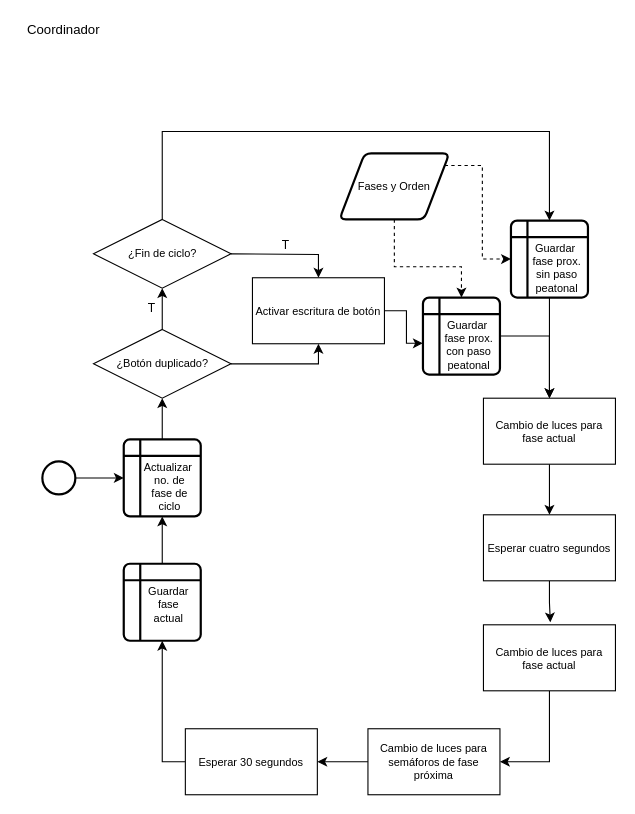
Before: page "Coordinador" (2 of 2) of Design/Resources/Diagrama.drawio in arielarevalo/pi-arquitectura-ensamblador, a draw.io diagram. Source tidied: cells renumbered, new cells numbered last; positions are measured from the earlier drawing's top-left corner, leaving out a move shared by most shapes. Both pictures are drawn from the tidied source at 110%, with x=0, y=0 at pixel (19, 19).
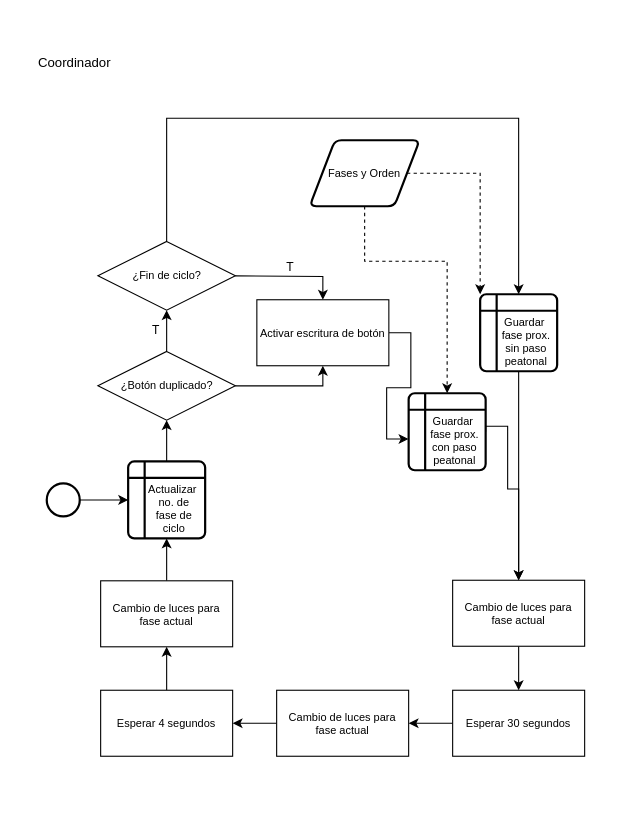
Above is the later version.

Change to the diagram source:
```diff
@@
     <mxCell id="3" style="strokeWidth=2;html=1;shape=mxgraph.flowchart.start_2;whiteSpace=wrap;fontSize=10;" parent="1" vertex="1">
-      <mxGeometry x="21" y="402" width="30" height="30" as="geometry" />
+      <mxGeometry x="25" y="422" width="30" height="30" as="geometry" />
     </mxCell>
-    <mxCell id="4" style="edgeStyle=orthogonalEdgeStyle;rounded=0;jettySize=auto;html=1;entryX=0.507;entryY=-0.037;entryDx=0;entryDy=0;entryPerimeter=0;fontSize=10;" parent="1" edge="1" source="5" target="21">
+    <mxCell id="4" style="edgeStyle=orthogonalEdgeStyle;rounded=0;jettySize=auto;html=1;entryX=1;entryY=0.5;entryDx=0;entryDy=0;fontSize=10;exitX=0;exitY=0.5;exitDx=0;exitDy=0;" parent="1" edge="1" source="5" target="21">
       <mxGeometry relative="1" as="geometry" />
     </mxCell>
-    <mxCell id="5" value="Esperar cuatro segundos" style="rounded=0;whiteSpace=wrap;html=1;fontSize=10;" parent="1" vertex="1">
-      <mxGeometry x="422" y="450.5" width="120" height="60" as="geometry" />
+    <mxCell id="5" value="Esperar 30 segundos" style="rounded=0;whiteSpace=wrap;html=1;fontSize=10;" parent="1" vertex="1">
+      <mxGeometry x="394" y="610" width="120" height="60" as="geometry" />
     </mxCell>
-    <mxCell id="6" style="edgeStyle=orthogonalEdgeStyle;rounded=0;jettySize=auto;html=1;entryX=1;entryY=0.5;entryDx=0;entryDy=0;" parent="1" edge="1" source="7" target="9">
+    <mxCell id="6" style="edgeStyle=orthogonalEdgeStyle;rounded=0;jettySize=auto;html=1;entryX=0.5;entryY=1;entryDx=0;entryDy=0;" parent="1" edge="1" source="7" target="9">
       <mxGeometry relative="1" as="geometry" />
     </mxCell>
-    <mxCell id="7" value="&lt;span&gt;Cambio de luces para semáforos de fase próxima&lt;/span&gt;" style="rounded=0;whiteSpace=wrap;html=1;fontSize=10;" parent="1" vertex="1">
-      <mxGeometry x="317" y="645" width="120" height="60" as="geometry" />
+    <mxCell id="7" value="Esperar 4 segundos" style="rounded=0;whiteSpace=wrap;html=1;fontSize=10;" parent="1" vertex="1">
+      <mxGeometry x="74" y="610" width="120" height="60" as="geometry" />
     </mxCell>
-    <mxCell id="8" style="edgeStyle=orthogonalEdgeStyle;rounded=0;jettySize=auto;html=1;entryX=0.5;entryY=1;entryDx=0;entryDy=0;fontSize=10;exitX=0;exitY=0.5;exitDx=0;exitDy=0;" parent="1" edge="1" source="9" target="19">
+    <mxCell id="8" style="edgeStyle=orthogonalEdgeStyle;rounded=0;jettySize=auto;html=1;entryX=0.5;entryY=1;entryDx=0;entryDy=0;fontSize=10;exitX=0.5;exitY=0;exitDx=0;exitDy=0;" parent="1" edge="1" source="9" target="31">
       <mxGeometry relative="1" as="geometry" />
     </mxCell>
-    <mxCell id="9" value="Esperar 30 segundos" style="rounded=0;whiteSpace=wrap;html=1;fontSize=10;" parent="1" vertex="1">
-      <mxGeometry x="151" y="645" width="120" height="60" as="geometry" />
+    <mxCell id="9" value="Cambio de luces para fase actual" style="rounded=0;whiteSpace=wrap;html=1;fontSize=10;" parent="1" vertex="1">
+      <mxGeometry x="74" y="510.5" width="120" height="60" as="geometry" />
     </mxCell>
@@
     <mxCell id="11" value="Cambio de luces para fase actual" style="rounded=0;whiteSpace=wrap;html=1;fontSize=10;" parent="1" vertex="1">
-      <mxGeometry x="422" y="344.5" width="120" height="60" as="geometry" />
+      <mxGeometry x="394" y="510" width="120" height="60" as="geometry" />
     </mxCell>
     <mxCell id="12" value="T" style="edgeStyle=orthogonalEdgeStyle;rounded=0;jettySize=auto;html=1;entryX=0.5;entryY=1;entryDx=0;entryDy=0;verticalAlign=middle;labelPosition=left;verticalLabelPosition=middle;align=right;spacingRight=5;" parent="1" edge="1" source="14">
       <mxGeometry relative="1" as="geometry">
-        <mxPoint x="130" y="244.5" as="targetPoint" />
+        <mxPoint x="134" y="264.5" as="targetPoint" />
       </mxGeometry>
     </mxCell>
     <mxCell id="13" style="edgeStyle=orthogonalEdgeStyle;rounded=0;jettySize=auto;html=1;entryX=0.5;entryY=1;entryDx=0;entryDy=0;" parent="1" edge="1" source="14" target="27">
       <mxGeometry relative="1" as="geometry">
         <Array as="points">
-          <mxPoint x="272" y="313" />
+          <mxPoint x="276" y="333" />
         </Array>
       </mxGeometry>
     </mxCell>
     <mxCell id="14" value="¿Botón duplicado?" style="rhombus;whiteSpace=wrap;html=1;fontSize=10;rounded=0;" parent="1" vertex="1">
-      <mxGeometry x="67.5" y="282" width="125" height="62.5" as="geometry" />
+      <mxGeometry x="71.5" y="302" width="125" height="62.5" as="geometry" />
     </mxCell>
-    <mxCell id="15" style="edgeStyle=orthogonalEdgeStyle;rounded=0;jettySize=auto;html=1;dashed=1;entryX=0;entryY=0.5;entryDx=0;entryDy=0;" parent="1" edge="1" source="17" target="25">
+    <mxCell id="15" style="edgeStyle=orthogonalEdgeStyle;rounded=0;jettySize=auto;html=1;dashed=1;entryX=0;entryY=0;entryDx=0;entryDy=0;" parent="1" edge="1" source="17" target="25">
       <mxGeometry relative="1" as="geometry">
         <Array as="points">
-          <mxPoint x="421" y="133" />
-          <mxPoint x="421" y="218" />
+          <mxPoint x="419" y="140" />
         </Array>
       </mxGeometry>
     </mxCell>
     <mxCell id="16" style="edgeStyle=orthogonalEdgeStyle;rounded=0;jettySize=auto;html=1;exitX=0.5;exitY=1;exitDx=0;exitDy=0;dashed=1;entryX=0.5;entryY=0;entryDx=0;entryDy=0;" parent="1" edge="1" source="17" target="29">
       <mxGeometry relative="1" as="geometry">
         <Array as="points">
-          <mxPoint x="341" y="225" />
-          <mxPoint x="402" y="225" />
+          <mxPoint x="314" y="220" />
+          <mxPoint x="389" y="220" />
         </Array>
       </mxGeometry>
     </mxCell>
     <mxCell id="17" value="Fases y Orden" style="shape=parallelogram;html=1;strokeWidth=2;perimeter=parallelogramPerimeter;whiteSpace=wrap;rounded=1;arcSize=12;size=0.23;fontSize=10;" parent="1" vertex="1">
-      <mxGeometry x="291" y="122" width="100" height="60" as="geometry" />
+      <mxGeometry x="264" y="110" width="100" height="60" as="geometry" />
     </mxCell>
-    <mxCell id="18" style="edgeStyle=orthogonalEdgeStyle;rounded=0;jettySize=auto;html=1;entryX=0.5;entryY=1;entryDx=0;entryDy=0;" parent="1" edge="1" source="19" target="31">
-      <mxGeometry relative="1" as="geometry" />
-    </mxCell>
-    <mxCell id="19" value="Guardar&lt;br&gt;fase&lt;br&gt;&lt;div&gt;&lt;span&gt;actual&lt;/span&gt;&lt;/div&gt;" style="shape=internalStorage;whiteSpace=wrap;html=1;dx=15;dy=15;rounded=1;arcSize=8;strokeWidth=2;fontSize=10;align=center;verticalAlign=middle;spacingTop=4;spacingLeft=12;" parent="1" vertex="1">
-      <mxGeometry x="95" y="495" width="70" height="70" as="geometry" />
-    </mxCell>
-    <mxCell id="20" style="edgeStyle=orthogonalEdgeStyle;rounded=0;jettySize=auto;html=1;entryX=1;entryY=0.5;entryDx=0;entryDy=0;exitX=0.5;exitY=1;exitDx=0;exitDy=0;" parent="1" edge="1" source="21" target="7">
+    <mxCell id="20" style="edgeStyle=orthogonalEdgeStyle;rounded=0;jettySize=auto;html=1;exitX=0;exitY=0.5;exitDx=0;exitDy=0;" parent="1" edge="1" source="21">
       <mxGeometry relative="1" as="geometry">
-        <Array as="points">
-          <mxPoint x="482" y="675" />
-        </Array>
+        <mxPoint x="194" y="640" as="targetPoint" />
       </mxGeometry>
     </mxCell>
     <mxCell id="21" value="Cambio de luces para fase actual" style="rounded=0;whiteSpace=wrap;html=1;fontSize=10;" parent="1" vertex="1">
-      <mxGeometry x="422" y="550.5" width="120" height="60" as="geometry" />
+      <mxGeometry x="234" y="610" width="120" height="60" as="geometry" />
     </mxCell>
     <mxCell id="22" value="Coordinador" style="text;html=1;align=center;verticalAlign=middle;strokeColor=none;fillColor=none;" parent="1" vertex="1">
-      <mxGeometry width="80" height="20" as="geometry" />
+      <mxGeometry x="10" y="30" width="80" height="20" as="geometry" />
     </mxCell>
     <mxCell id="23" value="T" style="edgeStyle=orthogonalEdgeStyle;rounded=0;jettySize=auto;html=1;entryX=0.5;entryY=0;entryDx=0;entryDy=0;verticalAlign=bottom;" parent="1" edge="1" target="27">
       <mxGeometry relative="1" as="geometry">
-        <mxPoint x="192.4" y="213.3" as="sourcePoint" />
+        <mxPoint x="196.4" y="233.3" as="sourcePoint" />
       </mxGeometry>
     </mxCell>
     <mxCell id="24" style="edgeStyle=orthogonalEdgeStyle;rounded=0;jettySize=auto;html=1;entryX=0.5;entryY=0;entryDx=0;entryDy=0;" parent="1" edge="1" source="25" target="11">
-      <mxGeometry relative="1" as="geometry" />
+      <mxGeometry relative="1" as="geometry">
+        <Array as="points">
+          <mxPoint x="454" y="370" />
+          <mxPoint x="454" y="370" />
+        </Array>
+      </mxGeometry>
     </mxCell>
     <mxCell id="25" value="&lt;div&gt;Guardar&amp;nbsp;&lt;/div&gt;&lt;div&gt;fase prox.&lt;/div&gt;&lt;div&gt;sin paso&lt;/div&gt;&lt;div&gt;peatonal&lt;/div&gt;" style="shape=internalStorage;whiteSpace=wrap;html=1;dx=15;dy=15;rounded=1;arcSize=8;strokeWidth=2;fontSize=10;align=center;verticalAlign=bottom;spacingRight=5;spacingLeft=19;" parent="1" vertex="1">
-      <mxGeometry x="447" y="183" width="70" height="70" as="geometry" />
+      <mxGeometry x="419" y="250" width="70" height="70" as="geometry" />
     </mxCell>
@@
     <mxCell id="27" value="Activar escritura de botón" style="rounded=0;whiteSpace=wrap;html=1;fontSize=10;" parent="1" vertex="1">
-      <mxGeometry x="212" y="235" width="120" height="60" as="geometry" />
+      <mxGeometry x="216" y="255" width="120" height="60" as="geometry" />
     </mxCell>
     <mxCell id="28" style="edgeStyle=orthogonalEdgeStyle;rounded=0;jettySize=auto;html=1;entryX=0.5;entryY=0;entryDx=0;entryDy=0;exitX=1;exitY=0.5;exitDx=0;exitDy=0;" parent="1" edge="1" source="29" target="11">
-      <mxGeometry relative="1" as="geometry" />
+      <mxGeometry relative="1" as="geometry">
+        <Array as="points">
+          <mxPoint x="424" y="370" />
+          <mxPoint x="444" y="370" />
+          <mxPoint x="444" y="427" />
+          <mxPoint x="454" y="427" />
+        </Array>
+      </mxGeometry>
     </mxCell>
     <mxCell id="29" value="&lt;div&gt;Guardar&amp;nbsp;&lt;/div&gt;&lt;div&gt;fase prox.&lt;/div&gt;&lt;div&gt;con paso&lt;/div&gt;&lt;div&gt;peatonal&lt;/div&gt;" style="shape=internalStorage;whiteSpace=wrap;html=1;dx=15;dy=15;rounded=1;arcSize=8;strokeWidth=2;fontSize=10;align=center;verticalAlign=bottom;spacingRight=5;spacingLeft=19;" parent="1" vertex="1">
-      <mxGeometry x="367" y="253" width="70" height="70" as="geometry" />
+      <mxGeometry x="354" y="340" width="70" height="70" as="geometry" />
     </mxCell>
@@
     <mxCell id="31" value="Actualizar&amp;nbsp;&lt;br&gt;no. de&lt;br&gt;fase de&lt;br&gt;ciclo" style="shape=internalStorage;whiteSpace=wrap;html=1;dx=15;dy=15;rounded=1;arcSize=8;strokeWidth=2;fontSize=10;align=center;verticalAlign=bottom;spacingRight=5;spacingLeft=19;" parent="1" vertex="1">
-      <mxGeometry x="95" y="382" width="70" height="70" as="geometry" />
+      <mxGeometry x="99" y="402" width="70" height="70" as="geometry" />
     </mxCell>
     <mxCell id="32" style="edgeStyle=orthogonalEdgeStyle;rounded=0;jettySize=auto;html=1;entryX=0.5;entryY=0;entryDx=0;entryDy=0;" parent="1" edge="1" source="33" target="25">
       <mxGeometry relative="1" as="geometry">
         <Array as="points">
-          <mxPoint x="130" y="102" />
-          <mxPoint x="482" y="102" />
+          <mxPoint x="134" y="90" />
+          <mxPoint x="454" y="90" />
         </Array>
       </mxGeometry>
     </mxCell>
     <mxCell id="33" value="¿Fin de ciclo?" style="rhombus;whiteSpace=wrap;html=1;fontSize=10;rounded=0;" parent="1" vertex="1">
-      <mxGeometry x="67.5" y="182" width="125" height="62.5" as="geometry" />
+      <mxGeometry x="71.5" y="202" width="125" height="62.5" as="geometry" />
     </mxCell>
```
